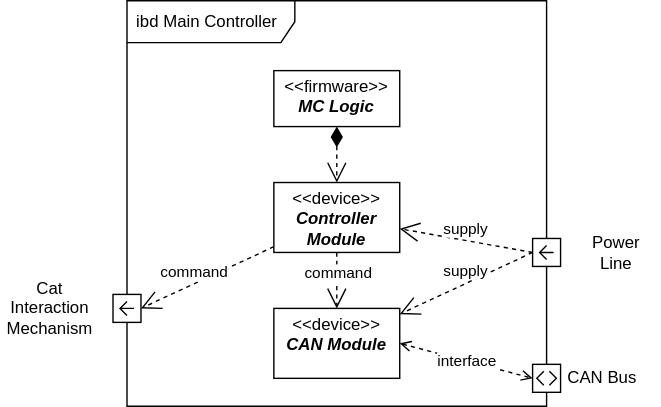
Earlier version of the draw.io export docs/architecture-arc42/ibd_mc.drawio.svg (an-dr/LeOn). Source tidied: cells renumbered, new cells last; positions are measured from the earlier drawing's top-left corner, leaving out a move shared by most shapes. Source of this version:
```xml
<mxGraphModel>
  <root>
    <mxCell id="0" />
    <mxCell id="1" parent="0" />
    <mxCell id="2" value="ibd Main Controller" style="shape=umlFrame;whiteSpace=wrap;html=1;width=120;height=30;boundedLbl=1;verticalAlign=middle;align=left;spacingLeft=5;" parent="1" vertex="1">
      <mxGeometry x="90" width="300" height="290" as="geometry" />
    </mxCell>
    <mxCell id="3" style="html=1;shape=mxgraph.sysml.port;sysMLPortType=flowN;rotation=-90;" parent="1" vertex="1">
      <mxGeometry x="380" y="170" width="20" height="20" as="geometry" />
    </mxCell>
    <mxCell id="4" value="Power Line" style="text;strokeColor=none;align=center;fillColor=none;html=1;verticalAlign=middle;whiteSpace=wrap;rounded=0;" parent="1" vertex="1">
      <mxGeometry x="410" y="165" width="60" height="30" as="geometry" />
    </mxCell>
    <mxCell id="5" style="html=1;shape=mxgraph.sysml.port;sysMLPortType=doubleH;" parent="1" vertex="1">
      <mxGeometry x="380" y="260" width="20" height="20" as="geometry" />
    </mxCell>
    <mxCell id="6" value="CAN Bus" style="text;strokeColor=none;align=center;fillColor=none;html=1;verticalAlign=middle;whiteSpace=wrap;rounded=0;" parent="1" vertex="1">
      <mxGeometry x="400" y="255" width="60" height="30" as="geometry" />
    </mxCell>
    <mxCell id="7" style="html=1;shape=mxgraph.sysml.port;sysMLPortType=flowN;rotation=-90;" parent="1" vertex="1">
      <mxGeometry x="80" y="210" width="20" height="20" as="geometry" />
    </mxCell>
    <mxCell id="8" value="&lt;span style=&quot;border-color: var(--border-color);&quot;&gt;&lt;span style=&quot;border-color: var(--border-color);&quot;&gt;Cat Interaction Mechanism&lt;/span&gt;&lt;/span&gt;" style="text;strokeColor=none;align=center;fillColor=none;html=1;verticalAlign=middle;whiteSpace=wrap;rounded=0;" parent="1" vertex="1">
      <mxGeometry y="197.5" width="70" height="45" as="geometry" />
    </mxCell>
    <mxCell id="9" value="&lt;p style=&quot;margin:5px;&quot;&gt;&amp;lt;&amp;lt;device&amp;gt;&amp;gt;&lt;br&gt;&lt;b&gt;&lt;i&gt;Controller Module&lt;/i&gt;&lt;/b&gt;&lt;/p&gt;" style="shape=rect;html=1;overflow=fill;whiteSpace=wrap;align=center;" parent="1" vertex="1">
      <mxGeometry x="195" y="130" width="90" height="50" as="geometry" />
    </mxCell>
    <mxCell id="10" value="supply" style="edgeStyle=none;html=1;endArrow=open;endSize=12;dashed=1;verticalAlign=bottom;exitX=0.5;exitY=0;exitDx=0;exitDy=0;exitPerimeter=0;" parent="1" edge="1" source="3" target="9">
      <mxGeometry relative="1" as="geometry" />
    </mxCell>
    <mxCell id="11" value="&lt;p style=&quot;margin:5px;&quot;&gt;&amp;lt;&amp;lt;device&amp;gt;&amp;gt;&lt;br&gt;&lt;b&gt;&lt;i&gt;CAN Module&lt;/i&gt;&lt;/b&gt;&lt;/p&gt;" style="shape=rect;html=1;overflow=fill;whiteSpace=wrap;align=center;" parent="1" vertex="1">
      <mxGeometry x="195" y="220" width="90" height="50" as="geometry" />
    </mxCell>
    <mxCell id="12" value="supply" style="edgeStyle=none;html=1;endArrow=open;endSize=12;dashed=1;verticalAlign=bottom;exitX=0.5;exitY=0;exitDx=0;exitDy=0;exitPerimeter=0;" parent="1" edge="1" source="3" target="11">
      <mxGeometry relative="1" as="geometry" />
    </mxCell>
    <mxCell id="13" value="command" style="edgeStyle=none;html=1;endArrow=open;endSize=12;dashed=1;verticalAlign=bottom;" parent="1" edge="1" source="9" target="11">
      <mxGeometry x="0.22" y="1" relative="1" as="geometry" />
    </mxCell>
    <mxCell id="14" value="command" style="edgeStyle=none;html=1;endArrow=open;endSize=12;dashed=1;verticalAlign=bottom;" parent="1" edge="1" source="9">
      <mxGeometry x="0.22" y="1" relative="1" as="geometry">
        <mxPoint x="100" y="220" as="targetPoint" />
      </mxGeometry>
    </mxCell>
    <mxCell id="15" value="interface" style="endArrow=open;startArrow=open;html=1;sourcePerimeterSpacing=6;targetPerimeterSpacing=0;entryX=0;entryY=0.5;entryDx=0;entryDy=0;entryPerimeter=0;exitX=1;exitY=0.5;exitDx=0;exitDy=0;startFill=0;endFill=0;dashed=1;" parent="1" edge="1" source="11" target="5">
      <mxGeometry relative="1" as="geometry" />
    </mxCell>
    <mxCell id="16" value="&lt;p style=&quot;margin:5px;&quot;&gt;&amp;lt;&amp;lt;firmware&amp;gt;&amp;gt;&lt;br&gt;&lt;b&gt;&lt;i&gt;MC Logic&lt;/i&gt;&lt;/b&gt;&lt;/p&gt;" style="shape=rect;html=1;overflow=fill;whiteSpace=wrap;align=center;" parent="1" vertex="1">
      <mxGeometry x="195" y="50" width="90" height="40" as="geometry" />
    </mxCell>
    <mxCell id="17" style="verticalAlign=bottom;html=1;endArrow=open;endSize=12;edgeStyle=orthogonalEdgeStyle;startFill=1;startSize=12;startArrow=diamondThin;dashed=1;sourcePerimeterSpacing=6;targetPerimeterSpacing=0;exitX=0.5;exitY=1;exitDx=0;exitDy=0;" parent="1" edge="1" source="16" target="9">
      <mxGeometry relative="1" as="geometry" />
    </mxCell>
    <mxCell id="18" style="html=1;align=right;verticalAlign=bottom;labelBackgroundColor=none;fontSize=10;" parent="17" vertex="1">
      <mxGeometry x="0.9" relative="1" as="geometry">
        <mxPoint x="-10" as="offset" />
      </mxGeometry>
    </mxCell>
  </root>
</mxGraphModel>
```
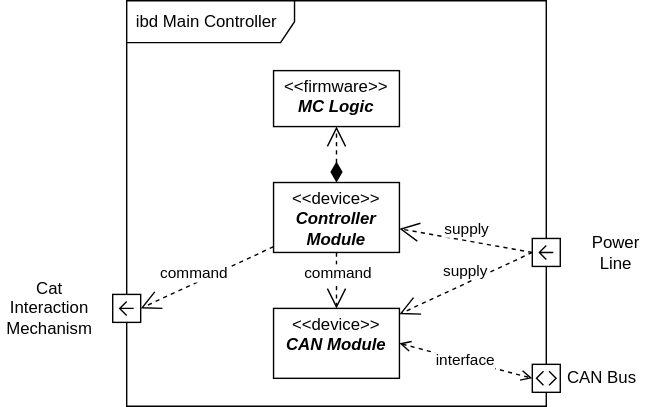
The same diagram one commit later.

The edit, as a diff of the source:
```diff
@@ -49,7 +49,7 @@
     <mxCell id="16" value="&lt;p style=&quot;margin:5px;&quot;&gt;&amp;lt;&amp;lt;firmware&amp;gt;&amp;gt;&lt;br&gt;&lt;b&gt;&lt;i&gt;MC Logic&lt;/i&gt;&lt;/b&gt;&lt;/p&gt;" style="shape=rect;html=1;overflow=fill;whiteSpace=wrap;align=center;" parent="1" vertex="1">
       <mxGeometry x="195" y="50" width="90" height="40" as="geometry" />
     </mxCell>
-    <mxCell id="17" style="verticalAlign=bottom;html=1;endArrow=open;endSize=12;edgeStyle=orthogonalEdgeStyle;startFill=1;startSize=12;startArrow=diamondThin;dashed=1;sourcePerimeterSpacing=6;targetPerimeterSpacing=0;exitX=0.5;exitY=1;exitDx=0;exitDy=0;" parent="1" edge="1" source="16" target="9">
+    <mxCell id="17" style="verticalAlign=bottom;html=1;endArrow=open;endSize=12;edgeStyle=orthogonalEdgeStyle;startFill=1;startSize=12;startArrow=diamondThin;dashed=1;sourcePerimeterSpacing=6;targetPerimeterSpacing=0;exitX=0.5;exitY=0;exitDx=0;exitDy=0;" parent="1" edge="1" source="9" target="16">
       <mxGeometry relative="1" as="geometry" />
     </mxCell>
     <mxCell id="18" style="html=1;align=right;verticalAlign=bottom;labelBackgroundColor=none;fontSize=10;" parent="17" vertex="1">
```
